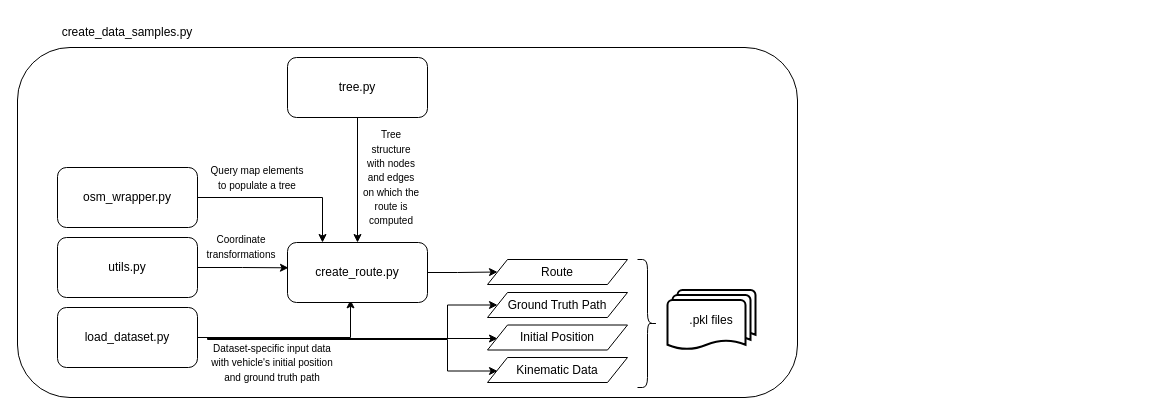
The draw.io diagram route_retrieval.drawio in Path-Prediction-TBD/sdmap-route-devkit, before the edit. Source tidied: cells renumbered, new cells numbered last; positions are measured from the earlier drawing's top-left corner, leaving out a move shared by most shapes. Both pictures are drawn from the tidied source at 100%, with x=0, y=0 at pixel (17, 17). Pictures stored in the file or linked from it are replaced by grey dashed boxes.
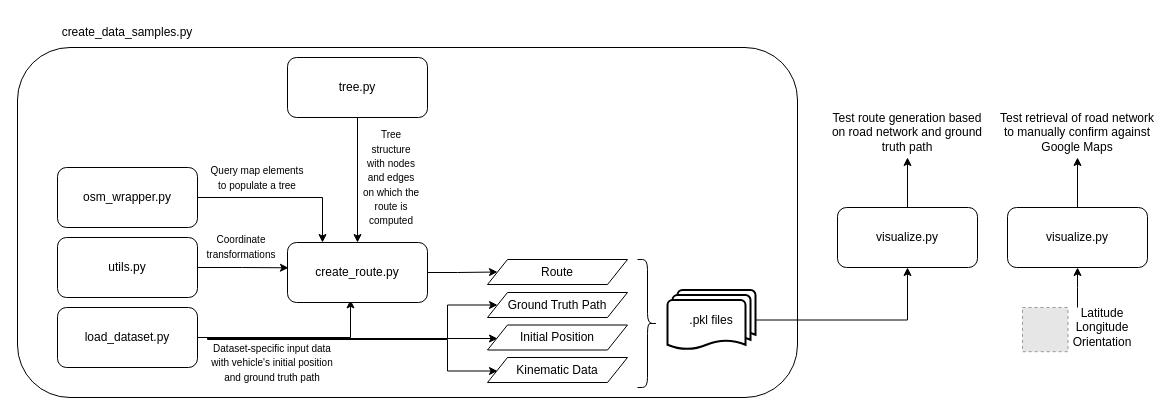
Above is the later version.

Unchanged cells that the change refers to:
```xml
<mxCell id="26" value=".pkl files" style="strokeWidth=2;html=1;shape=mxgraph.flowchart.multi-document;whiteSpace=wrap;" parent="1" vertex="1">
  <mxGeometry x="650" y="272.5" width="88" height="60" as="geometry" />
</mxCell>
```

Change to the diagram source:
```diff
@@
+    <mxCell id="27" style="edgeStyle=orthogonalEdgeStyle;rounded=0;jettySize=auto;html=1;entryX=0.5;entryY=1;entryDx=0;entryDy=0;" parent="1" edge="1" source="26" target="29">
+      <mxGeometry relative="1" as="geometry" />
+    </mxCell>
@@
+    <mxCell id="28" style="edgeStyle=orthogonalEdgeStyle;rounded=0;jettySize=auto;html=1;" parent="1" edge="1" source="29" target="37">
+      <mxGeometry relative="1" as="geometry" />
+    </mxCell>
+    <mxCell id="29" value="visualize.py" style="rounded=1;whiteSpace=wrap;html=1;" parent="1" vertex="1">
+      <mxGeometry x="820" y="190" width="140" height="60" as="geometry" />
+    </mxCell>
+    <mxCell id="30" style="group;" parent="1" vertex="1">
+      <mxGeometry x="1005" y="290" width="110" height="44.2" as="geometry" />
+    </mxCell>
+    <mxCell id="31" style="fillColor=#E6E6E6;strokeColor=#999999;dashed=1;verticalLabelPosition=bottom;labelBackgroundColor=default;verticalAlign=top;" parent="30" vertex="1">
+      <mxGeometry width="45.5" height="44.2" as="geometry" />
+    </mxCell>
+    <mxCell id="32" value="Latitude&lt;div&gt;Longitude&lt;/div&gt;&lt;div&gt;Orientation&lt;/div&gt;" style="text;html=1;align=center;verticalAlign=middle;whiteSpace=wrap;rounded=0;" parent="30" vertex="1">
+      <mxGeometry x="50" y="5" width="60" height="30" as="geometry" />
+    </mxCell>
+    <mxCell id="33" style="edgeStyle=orthogonalEdgeStyle;rounded=0;jettySize=auto;html=1;entryX=0.5;entryY=1;entryDx=0;entryDy=0;" parent="1" edge="1" source="34" target="35">
+      <mxGeometry relative="1" as="geometry" />
+    </mxCell>
+    <mxCell id="34" value="visualize.py" style="rounded=1;whiteSpace=wrap;html=1;" parent="1" vertex="1">
+      <mxGeometry x="990" y="190" width="140" height="60" as="geometry" />
+    </mxCell>
+    <mxCell id="35" value="Test retrieval of road network to manually confirm against Google Maps" style="text;html=1;align=center;verticalAlign=middle;whiteSpace=wrap;rounded=0;" parent="1" vertex="1">
+      <mxGeometry x="980" y="90" width="160" height="50" as="geometry" />
+    </mxCell>
+    <mxCell id="36" style="edgeStyle=orthogonalEdgeStyle;rounded=0;jettySize=auto;html=1;startArrow=classic;startFill=1;endArrow=none;endFill=0;" parent="1" edge="1" source="34">
+      <mxGeometry relative="1" as="geometry">
+        <mxPoint x="1060" y="290" as="targetPoint" />
+      </mxGeometry>
+    </mxCell>
+    <mxCell id="37" value="Test route generation based on road network and ground truth path" style="text;html=1;align=center;verticalAlign=middle;whiteSpace=wrap;rounded=0;" parent="1" vertex="1">
+      <mxGeometry x="810" y="90" width="160" height="50" as="geometry" />
+    </mxCell>
```
